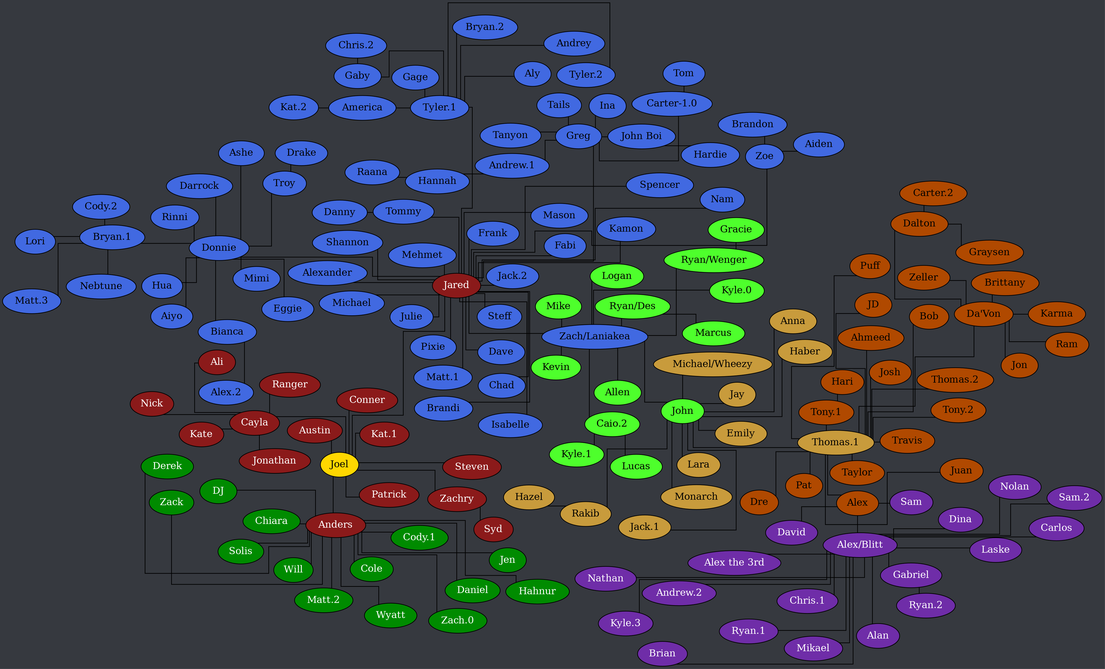
Documidas/CoronaCatzFamilyTree keeps this Graphviz diagram as tree.png. Above is the earlier version. Its source is kept beside it as tree.dot.
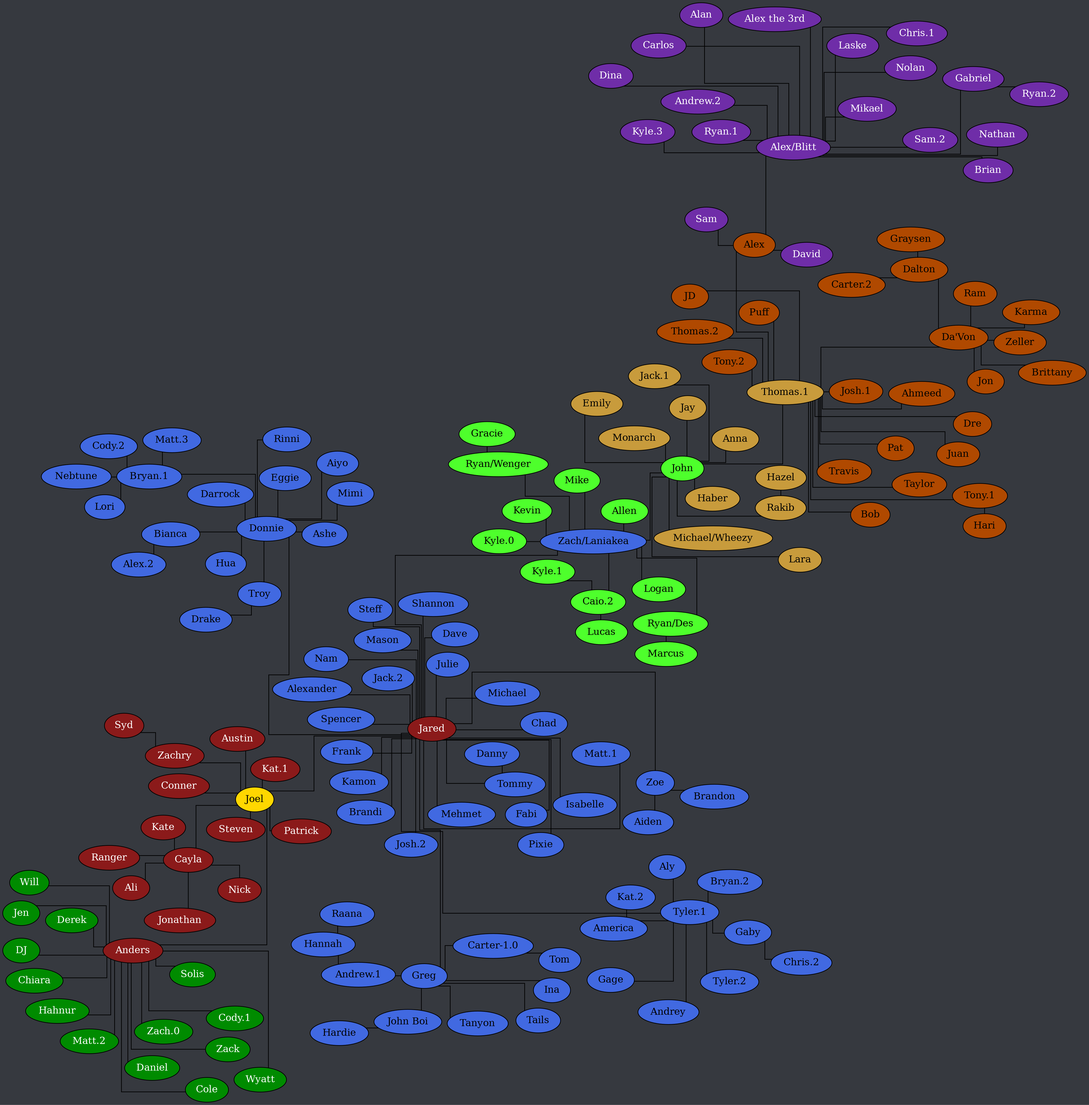
After the change.

Diff of the diagram source:
```diff
@@ -90,6 +90,7 @@
 		Jared -- Greg;
 		Jared -- Isabelle;
 		Jared -- "Jack.2";
+		Jared -- "Josh.2";
 		Jared -- Julie;
 		Jared -- Kamon;
 		Jared -- Mason;
@@ -175,7 +176,7 @@
 		"Thomas.1" -- "Da'Von";
 		"Thomas.1" -- Dre;
 		"Thomas.1" -- JD;
-		"Thomas.1" -- Josh;
+		"Thomas.1" -- "Josh.1";
 		"Thomas.1" -- Juan;
 		"Thomas.1" -- Pat;
 		"Thomas.1" -- Puff;
```
